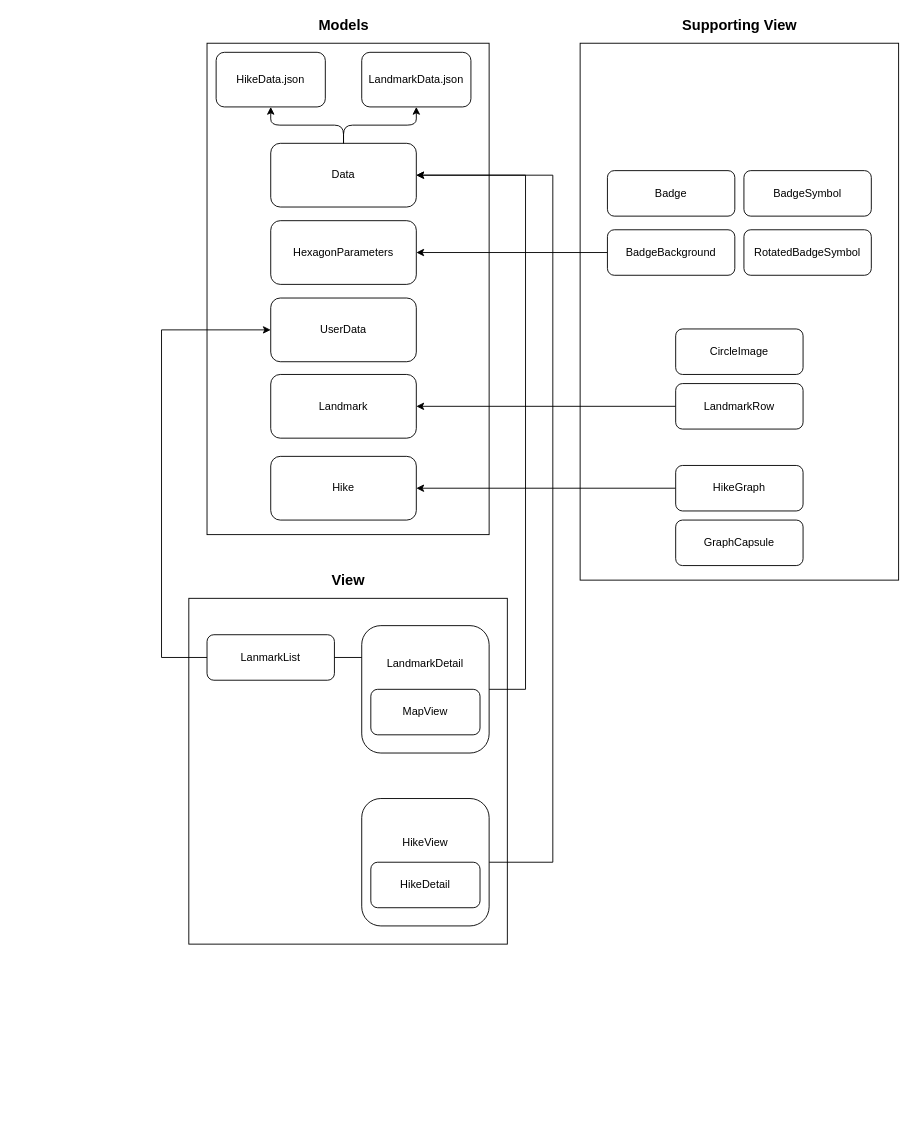
This is readme.drawio from kiryun/iOS-SwiftUI_tuto, a draw.io file, before an edit. Source tidied: cells renumbered, new cells numbered last; positions are measured from the earlier drawing's top-left corner, leaving out a move shared by most shapes. Both pictures are drawn from the tidied source at 91%, with x=0, y=0 at pixel (161, 15).
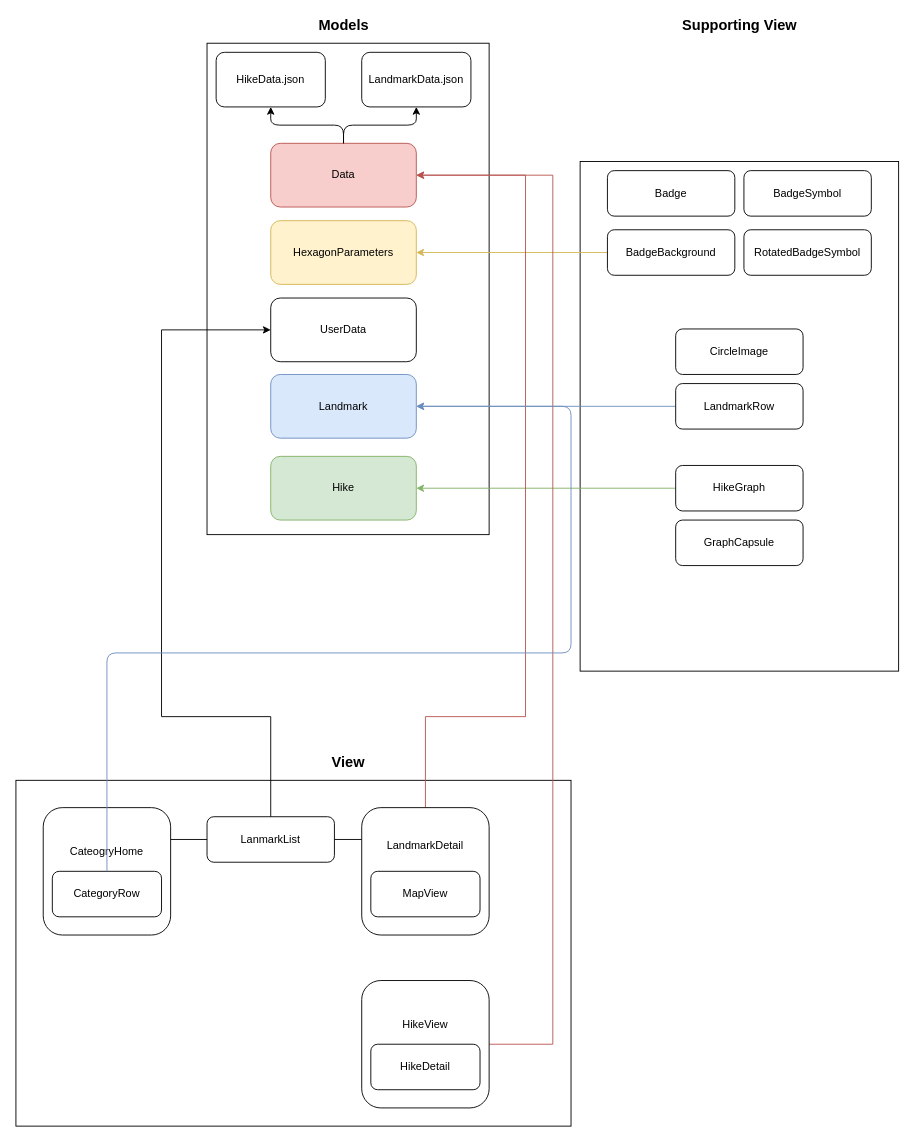
The same diagram, later.

Unchanged cells that the change refers to:
```xml
<mxCell id="9" value="UserData" style="rounded=1;whiteSpace=wrap;html=1;" parent="1" vertex="1">
  <mxGeometry x="120" y="310" width="160" height="70" as="geometry" />
</mxCell>
<mxCell id="16" value="BadgeBackground" style="rounded=1;whiteSpace=wrap;html=1;" parent="1" vertex="1">
  <mxGeometry x="490" y="235" width="140" height="50" as="geometry" />
</mxCell>
<mxCell id="21" value="LandmarkRow" style="rounded=1;whiteSpace=wrap;html=1;" parent="1" vertex="1">
  <mxGeometry x="565" y="404" width="140" height="50" as="geometry" />
</mxCell>
<mxCell id="23" value="HikeGraph" style="rounded=1;whiteSpace=wrap;html=1;" parent="1" vertex="1">
  <mxGeometry x="565" y="494" width="140" height="50" as="geometry" />
</mxCell>
```

The edit, as a diff of the source:
```diff
@@
     <mxCell id="2" style="rounded=0;whiteSpace=wrap;html=1;" parent="1" vertex="1">
-      <mxGeometry x="460" y="30" width="350" height="590" as="geometry" />
+      <mxGeometry x="460" y="160" width="350" height="560" as="geometry" />
     </mxCell>
@@
-    <mxCell id="6" value="Data" style="rounded=1;whiteSpace=wrap;html=1;" parent="1" vertex="1">
+    <mxCell id="6" value="Data" style="rounded=1;whiteSpace=wrap;html=1;fillColor=#f8cecc;strokeColor=#b85450;" parent="1" vertex="1">
       <mxGeometry x="120" y="140" width="160" height="70" as="geometry" />
     </mxCell>
@@
-    <mxCell id="10" value="Landmark" style="rounded=1;whiteSpace=wrap;html=1;" parent="1" vertex="1">
+    <mxCell id="10" value="Landmark" style="rounded=1;whiteSpace=wrap;html=1;fillColor=#dae8fc;strokeColor=#6c8ebf;" parent="1" vertex="1">
       <mxGeometry x="120" y="394" width="160" height="70" as="geometry" />
     </mxCell>
-    <mxCell id="11" value="Hike" style="rounded=1;whiteSpace=wrap;html=1;" parent="1" vertex="1">
+    <mxCell id="11" value="Hike" style="rounded=1;whiteSpace=wrap;html=1;fillColor=#d5e8d4;strokeColor=#82b366;" parent="1" vertex="1">
       <mxGeometry x="120" y="484" width="160" height="70" as="geometry" />
     </mxCell>
@@
-    <mxCell id="15" style="edgeStyle=orthogonalEdgeStyle;rounded=0;jettySize=auto;html=1;entryX=1;entryY=0.5;entryDx=0;entryDy=0;" parent="1" edge="1" source="16" target="25">
+    <mxCell id="15" style="edgeStyle=orthogonalEdgeStyle;rounded=0;jettySize=auto;html=1;entryX=1;entryY=0.5;entryDx=0;entryDy=0;fillColor=#fff2cc;strokeColor=#d6b656;" parent="1" edge="1" source="16" target="25">
       <mxGeometry relative="1" as="geometry" />
     </mxCell>
@@
-    <mxCell id="20" style="edgeStyle=orthogonalEdgeStyle;rounded=0;jettySize=auto;html=1;entryX=1;entryY=0.5;entryDx=0;entryDy=0;" parent="1" edge="1" source="21" target="10">
+    <mxCell id="20" style="edgeStyle=orthogonalEdgeStyle;rounded=0;jettySize=auto;html=1;entryX=1;entryY=0.5;entryDx=0;entryDy=0;fillColor=#dae8fc;strokeColor=#6c8ebf;" parent="1" edge="1" source="21" target="10">
       <mxGeometry relative="1" as="geometry" />
     </mxCell>
@@
-    <mxCell id="22" style="edgeStyle=orthogonalEdgeStyle;rounded=0;jettySize=auto;html=1;entryX=1;entryY=0.5;entryDx=0;entryDy=0;" parent="1" edge="1" source="23" target="11">
+    <mxCell id="22" style="edgeStyle=orthogonalEdgeStyle;rounded=0;jettySize=auto;html=1;entryX=1;entryY=0.5;entryDx=0;entryDy=0;fillColor=#d5e8d4;strokeColor=#82b366;" parent="1" edge="1" source="23" target="11">
       <mxGeometry relative="1" as="geometry" />
     </mxCell>
@@
-    <mxCell id="25" value="HexagonParameters" style="rounded=1;whiteSpace=wrap;html=1;" parent="1" vertex="1">
+    <mxCell id="25" value="HexagonParameters" style="rounded=1;whiteSpace=wrap;html=1;fillColor=#fff2cc;strokeColor=#d6b656;" parent="1" vertex="1">
       <mxGeometry x="120" y="225" width="160" height="70" as="geometry" />
     </mxCell>
     <mxCell id="26" style="rounded=0;whiteSpace=wrap;html=1;" parent="1" vertex="1">
-      <mxGeometry x="30" y="640" width="350" height="380" as="geometry" />
+      <mxGeometry x="-160" y="840" width="610" height="380" as="geometry" />
     </mxCell>
     <mxCell id="27" value="&lt;span style=&quot;font-size: 16px&quot;&gt;&lt;b&gt;View&lt;/b&gt;&lt;/span&gt;" style="text;html=1;strokeColor=none;fillColor=none;align=center;verticalAlign=middle;whiteSpace=wrap;rounded=0;" parent="1" vertex="1">
-      <mxGeometry x="138.8" y="610" width="132.5" height="20" as="geometry" />
+      <mxGeometry x="138.8" y="810" width="132.5" height="20" as="geometry" />
     </mxCell>
     <mxCell id="28" value="LanmarkList" style="rounded=1;whiteSpace=wrap;html=1;" parent="1" vertex="1">
-      <mxGeometry x="50" y="680" width="140" height="50" as="geometry" />
+      <mxGeometry x="50" y="880" width="140" height="50" as="geometry" />
     </mxCell>
-    <mxCell id="29" style="edgeStyle=orthogonalEdgeStyle;rounded=0;jettySize=auto;html=1;entryX=1;entryY=0.5;entryDx=0;entryDy=0;" parent="1" edge="1" source="30" target="6">
+    <mxCell id="29" style="edgeStyle=orthogonalEdgeStyle;rounded=0;jettySize=auto;html=1;entryX=1;entryY=0.5;entryDx=0;entryDy=0;fillColor=#f8cecc;strokeColor=#b85450;" parent="1" edge="1" source="30" target="6">
       <mxGeometry relative="1" as="geometry">
         <Array as="points">
-          <mxPoint x="400" y="740" />
+          <mxPoint x="290" y="770" />
+          <mxPoint x="400" y="770" />
           <mxPoint x="400" y="175" />
         </Array>
       </mxGeometry>
     </mxCell>
     <mxCell id="30" value="LandmarkDetail&lt;br&gt;&lt;br&gt;&lt;br&gt;&lt;br&gt;&lt;br&gt;" style="rounded=1;whiteSpace=wrap;html=1;" parent="1" vertex="1">
-      <mxGeometry x="220" y="670" width="140" height="140" as="geometry" />
+      <mxGeometry x="220" y="870" width="140" height="140" as="geometry" />
     </mxCell>
     <mxCell id="31" value="MapView" style="rounded=1;whiteSpace=wrap;html=1;" parent="1" vertex="1">
-      <mxGeometry x="230" y="740" width="120" height="50" as="geometry" />
+      <mxGeometry x="230" y="940" width="120" height="50" as="geometry" />
     </mxCell>
@@
-    <mxCell id="33" style="edgeStyle=orthogonalEdgeStyle;rounded=0;jettySize=auto;html=1;entryX=1;entryY=0.5;entryDx=0;entryDy=0;" parent="1" edge="1" source="34" target="6">
+    <mxCell id="33" style="edgeStyle=orthogonalEdgeStyle;rounded=0;jettySize=auto;html=1;entryX=1;entryY=0.5;entryDx=0;entryDy=0;fillColor=#f8cecc;strokeColor=#b85450;" parent="1" edge="1" source="34" target="6">
       <mxGeometry relative="1" as="geometry">
         <Array as="points">
-          <mxPoint x="430" y="930" />
+          <mxPoint x="430" y="1130" />
           <mxPoint x="430" y="175" />
         </Array>
       </mxGeometry>
     </mxCell>
     <mxCell id="34" value="HikeView&lt;br&gt;&lt;br&gt;&lt;br&gt;&lt;br&gt;" style="rounded=1;whiteSpace=wrap;html=1;" parent="1" vertex="1">
-      <mxGeometry x="220" y="860" width="140" height="140" as="geometry" />
+      <mxGeometry x="220" y="1060" width="140" height="140" as="geometry" />
     </mxCell>
     <mxCell id="35" value="HikeDetail" style="rounded=1;whiteSpace=wrap;html=1;" parent="1" vertex="1">
-      <mxGeometry x="230" y="930" width="120" height="50" as="geometry" />
+      <mxGeometry x="230" y="1130" width="120" height="50" as="geometry" />
     </mxCell>
     <mxCell id="36" style="edgeStyle=orthogonalEdgeStyle;rounded=0;jettySize=auto;html=1;entryX=0;entryY=0.5;entryDx=0;entryDy=0;" parent="1" edge="1" source="28" target="9">
       <mxGeometry relative="1" as="geometry">
         <Array as="points">
-          <mxPoint y="705" />
+          <mxPoint x="120" y="770" />
+          <mxPoint y="770" />
           <mxPoint y="345" />
         </Array>
       </mxGeometry>
     </mxCell>
+    <mxCell id="37" value="CateogryHome&lt;br&gt;&lt;br&gt;&lt;br&gt;&lt;br&gt;" style="rounded=1;whiteSpace=wrap;html=1;" parent="1" vertex="1">
+      <mxGeometry x="-130" y="870" width="140" height="140" as="geometry" />
+    </mxCell>
+    <mxCell id="38" value="CategoryRow" style="rounded=1;whiteSpace=wrap;html=1;" parent="1" vertex="1">
+      <mxGeometry x="-120" y="940" width="120" height="50" as="geometry" />
+    </mxCell>
+    <mxCell id="39" style="endArrow=classic;html=1;entryX=1;entryY=0.5;entryDx=0;entryDy=0;exitX=0.5;exitY=0;exitDx=0;exitDy=0;fillColor=#dae8fc;strokeColor=#6c8ebf;" parent="1" edge="1" source="38" target="10">
+      <mxGeometry relative="1" as="geometry">
+        <Array as="points">
+          <mxPoint x="-60" y="700" />
+          <mxPoint x="450" y="700" />
+          <mxPoint x="450" y="429" />
+        </Array>
+      </mxGeometry>
+    </mxCell>
+    <mxCell id="40" style="endArrow=none;html=1;entryX=0;entryY=0.5;entryDx=0;entryDy=0;exitX=1;exitY=0.25;exitDx=0;exitDy=0;" parent="1" edge="1" source="37" target="28">
+      <mxGeometry relative="1" as="geometry" />
+    </mxCell>
```
